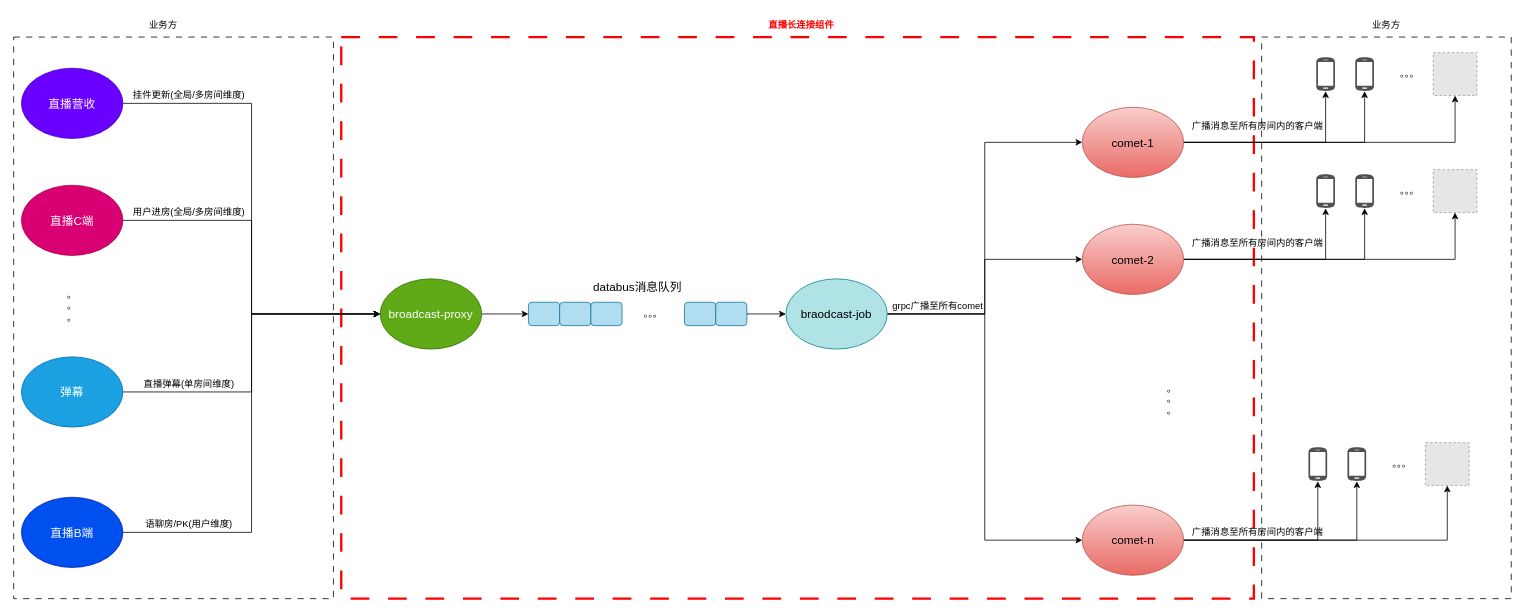
The draw.io diagram 直播长连接基础架构.drawio in smartcharles/tech_draw, before the edit. Source tidied: cells renumbered, new cells numbered last; positions are measured from the earlier drawing's top-left corner, leaving out a move shared by most shapes. Both pictures are drawn from the tidied source at 78%, with x=0, y=0 at pixel (13, 13). Pictures stored in the file or linked from it are replaced by grey dashed boxes.
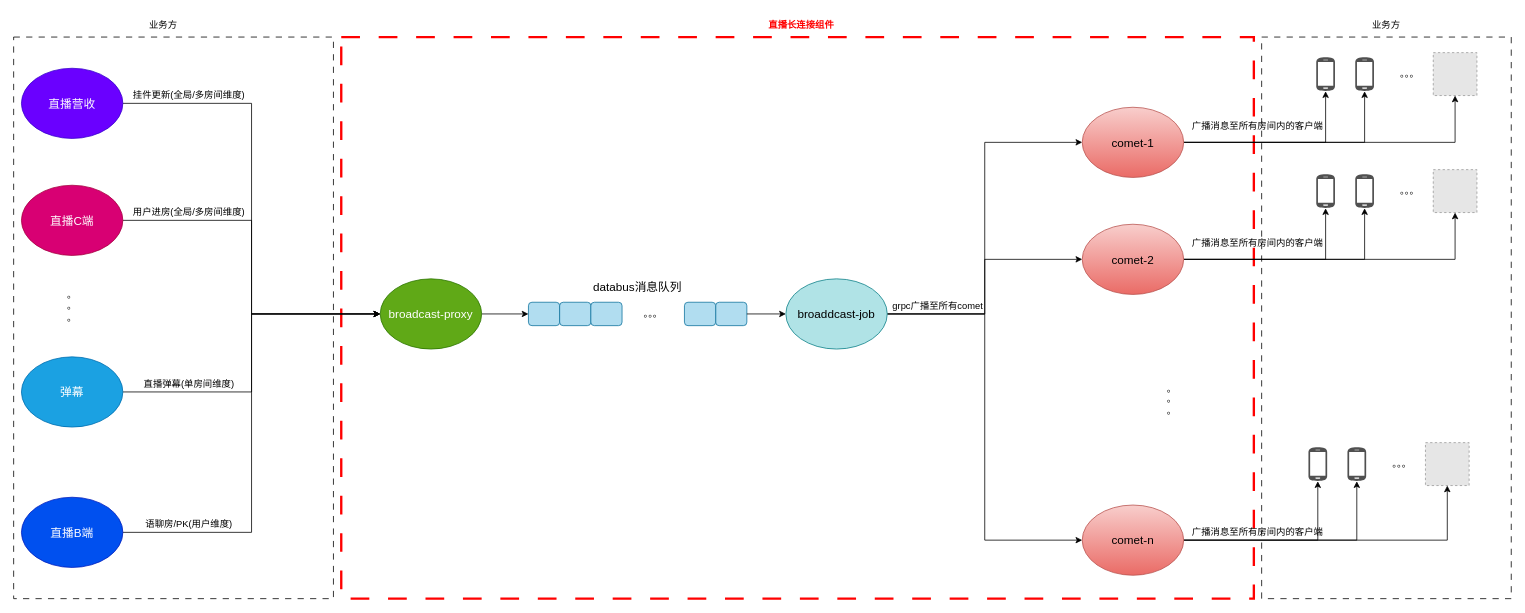
After the change.

Commit message (it also covers changes not shown here):
更新直播长连接基础架构.drawio

The edit, as a diff of the source:
```diff
@@
-    <mxCell id="19" value="&lt;span style=&quot;font-size: 15px;&quot;&gt;braodcast-job&lt;/span&gt;" style="ellipse;whiteSpace=wrap;html=1;fillColor=#b0e3e6;strokeColor=#0e8088;" parent="1" vertex="1">
+    <mxCell id="19" value="&lt;span style=&quot;font-size: 15px;&quot;&gt;broaddcast-job&lt;/span&gt;" style="ellipse;whiteSpace=wrap;html=1;fillColor=#b0e3e6;strokeColor=#0e8088;" parent="1" vertex="1">
       <mxGeometry x="990" y="340" width="130" height="90" as="geometry" />
     </mxCell>
```
